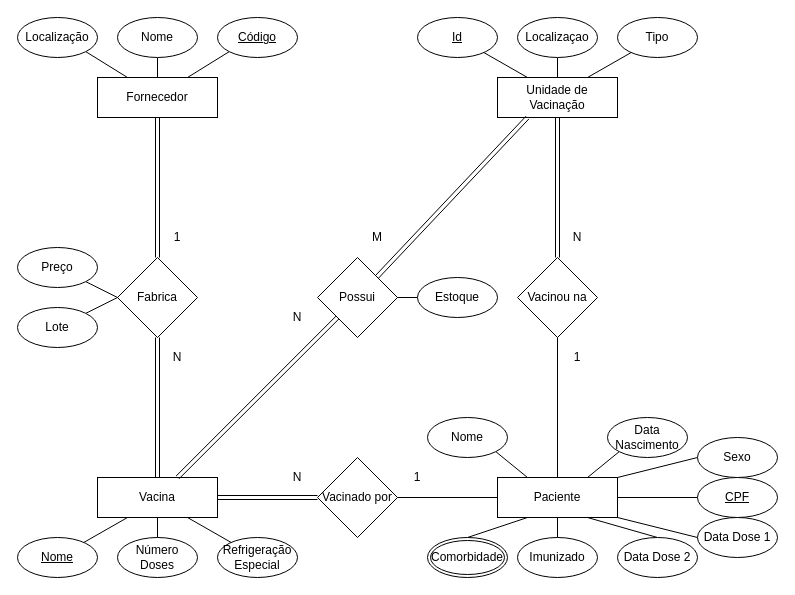
This is modelo-er.drawio from cljosegfer/ibd-tp2-20202, a draw.io file, before an edit. Source tidied: cells renumbered, new cells numbered last; positions are measured from the earlier drawing's top-left corner, leaving out a move shared by most shapes. Both pictures are drawn from the tidied source at 100%, with x=0, y=0 at pixel (17, 17).
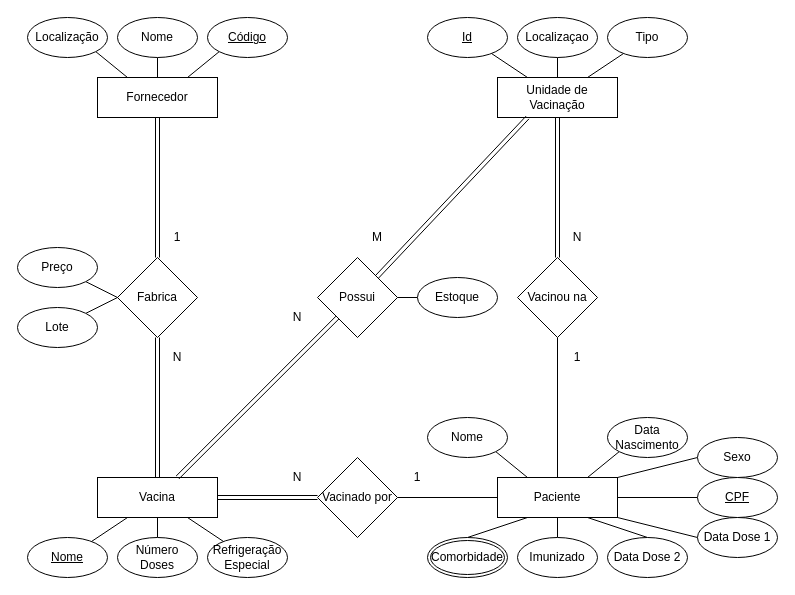
The same diagram, later.

Commit message:
mais capricho

Unchanged cells that the change refers to:
```xml
<mxCell id="46" value="Estoque" style="ellipse;whiteSpace=wrap;html=1;" parent="1" vertex="1">
  <mxGeometry x="400" y="260" width="80" height="40" as="geometry" />
</mxCell>
```

Change to the diagram source:
```diff
@@
     <mxCell id="25" value="&lt;u&gt;Nome&lt;/u&gt;" style="ellipse;whiteSpace=wrap;html=1;" parent="1" vertex="1">
-      <mxGeometry y="520" width="80" height="40" as="geometry" />
+      <mxGeometry x="10" y="520" width="80" height="40" as="geometry" />
     </mxCell>
@@
     <mxCell id="29" value="Refrigeração Especial" style="ellipse;whiteSpace=wrap;html=1;" parent="1" vertex="1">
-      <mxGeometry x="200" y="520" width="80" height="40" as="geometry" />
+      <mxGeometry x="190" y="520" width="80" height="40" as="geometry" />
     </mxCell>
@@
     <mxCell id="32" value="Localização" style="ellipse;whiteSpace=wrap;html=1;" parent="1" vertex="1">
-      <mxGeometry width="80" height="40" as="geometry" />
+      <mxGeometry x="10" width="80" height="40" as="geometry" />
     </mxCell>
@@
     <mxCell id="48" value="&lt;u&gt;Id&lt;/u&gt;" style="ellipse;whiteSpace=wrap;html=1;" parent="1" vertex="1">
-      <mxGeometry x="400" width="80" height="40" as="geometry" />
+      <mxGeometry x="410" width="80" height="40" as="geometry" />
     </mxCell>
@@
     <mxCell id="52" value="Tipo" style="ellipse;whiteSpace=wrap;html=1;" parent="1" vertex="1">
-      <mxGeometry x="600" width="80" height="40" as="geometry" />
+      <mxGeometry x="590" width="80" height="40" as="geometry" />
     </mxCell>
@@
     <mxCell id="55" value="&lt;div&gt;Data Dose 2&lt;/div&gt;" style="ellipse;whiteSpace=wrap;html=1;" parent="1" vertex="1">
-      <mxGeometry x="600" y="520" width="80" height="40" as="geometry" />
+      <mxGeometry x="590" y="520" width="80" height="40" as="geometry" />
     </mxCell>
     <mxCell id="56" value="&lt;u&gt;Código&lt;/u&gt;" style="ellipse;whiteSpace=wrap;html=1;" parent="1" vertex="1">
-      <mxGeometry x="200" width="80" height="40" as="geometry" />
+      <mxGeometry x="190" width="80" height="40" as="geometry" />
     </mxCell>
@@
+    <mxCell id="68" style="edgeStyle=none;rounded=0;orthogonalLoop=1;jettySize=auto;html=1;exitX=0.5;exitY=1;exitDx=0;exitDy=0;endArrow=none;endFill=0;" parent="1" edge="1" source="46" target="46">
+      <mxGeometry relative="1" as="geometry" />
+    </mxCell>
```
